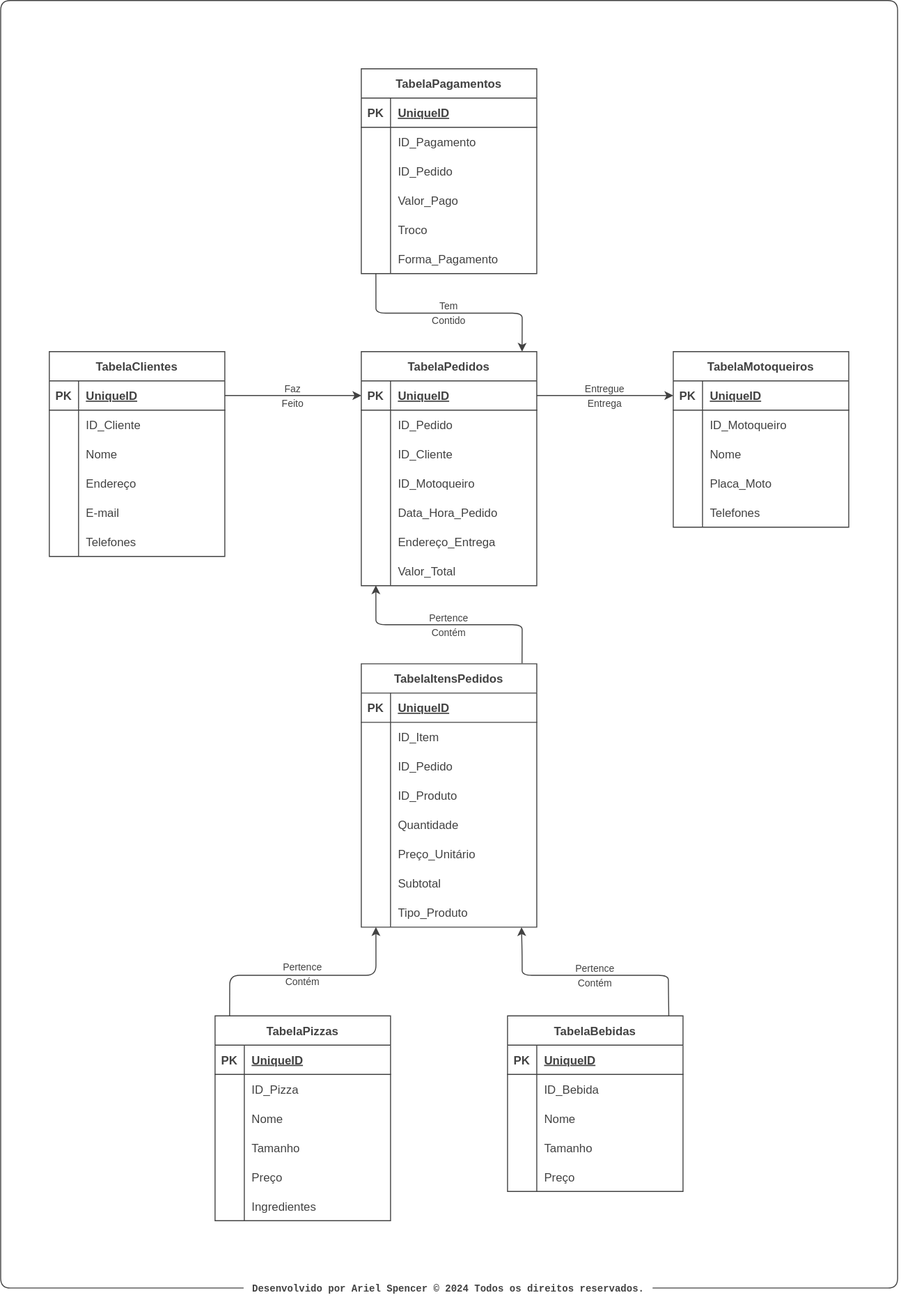
This is assets/modelo-logico-delivery-pizzaria.svg from ArielSpencer/modelagem-delivery-pizzaria, a draw.io export, as it was before one commit. Source tidied: cells renumbered, new cells last; positions are measured from the earlier drawing's top-left corner, leaving out a move shared by most shapes.
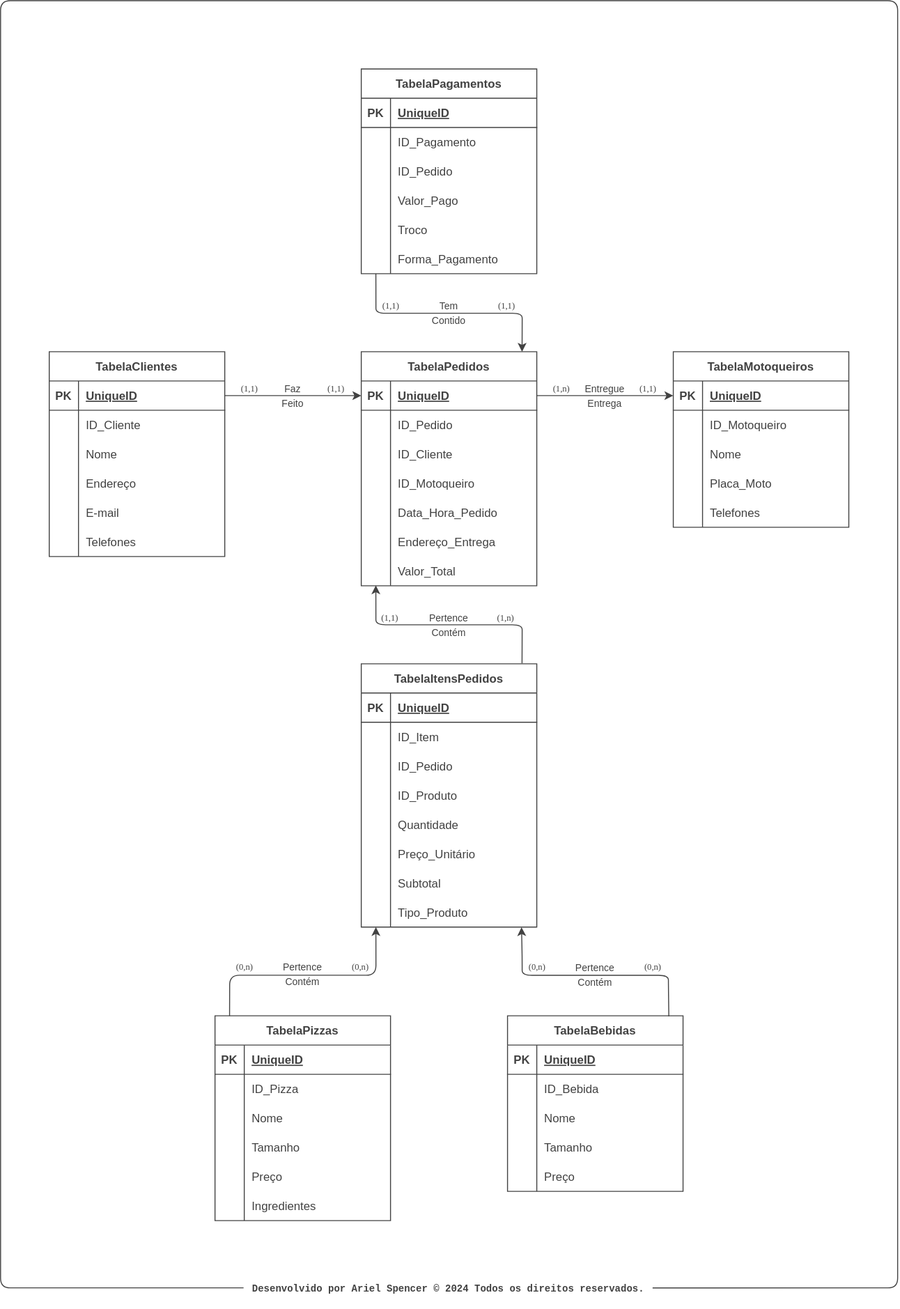
The same diagram one commit later.

Commit message:
feat(db): add cardinalities to the logical model

What changed in the source:
```diff
@@ -506,5 +506,41 @@
     <mxCell id="157" value="&lt;font style=&quot;font-size: 10px;&quot;&gt;Desenvolvido por Ariel Spencer © 2024 Todos os direitos reservados.&lt;/font&gt;" style="text;strokeColor=none;fillColor=none;html=1;fontSize=13;fontStyle=1;verticalAlign=middle;align=center;labelBackgroundColor=none;fontColor=#424242;fontFamily=Courier New;" parent="1" vertex="1">
       <mxGeometry x="249.3" y="1300" width="419.5" height="40" as="geometry" />
     </mxCell>
+    <mxCell id="158" value="(1,1)" style="text;html=1;strokeColor=none;fillColor=none;align=left;verticalAlign=middle;whiteSpace=wrap;rounded=0;fontFamily=Tahoma;fontColor=#424242;fontSize=9;" parent="1" vertex="1">
+      <mxGeometry x="390" y="308.1" width="30" height="10" as="geometry" />
+    </mxCell>
+    <mxCell id="159" value="(1,1)" style="text;html=1;strokeColor=none;fillColor=none;align=right;verticalAlign=middle;whiteSpace=wrap;rounded=0;fontFamily=Tahoma;fontColor=#424242;fontSize=9;" parent="1" vertex="1">
+      <mxGeometry x="500" y="308.1" width="30" height="10" as="geometry" />
+    </mxCell>
+    <mxCell id="160" value="(1,1)" style="text;html=1;strokeColor=none;fillColor=none;align=left;verticalAlign=middle;whiteSpace=wrap;rounded=0;fontFamily=Tahoma;fontColor=#424242;fontSize=9;" parent="1" vertex="1">
+      <mxGeometry x="245" y="392.5" width="30" height="10" as="geometry" />
+    </mxCell>
+    <mxCell id="161" value="(1,1)" style="text;html=1;strokeColor=none;fillColor=none;align=right;verticalAlign=middle;whiteSpace=wrap;rounded=0;fontFamily=Tahoma;fontColor=#424242;fontSize=9;" parent="1" vertex="1">
+      <mxGeometry x="325" y="392.5" width="30" height="10" as="geometry" />
+    </mxCell>
+    <mxCell id="162" value="(1,1)" style="text;html=1;strokeColor=none;fillColor=none;align=right;verticalAlign=middle;whiteSpace=wrap;rounded=0;fontFamily=Tahoma;fontColor=#424242;fontSize=9;" parent="1" vertex="1">
+      <mxGeometry x="645" y="392.5" width="30" height="10" as="geometry" />
+    </mxCell>
+    <mxCell id="163" value="(1,n)" style="text;html=1;strokeColor=none;fillColor=none;align=left;verticalAlign=middle;whiteSpace=wrap;rounded=0;fontFamily=Tahoma;fontColor=#424242;fontSize=9;" parent="1" vertex="1">
+      <mxGeometry x="565" y="392.5" width="30" height="10" as="geometry" />
+    </mxCell>
+    <mxCell id="164" value="(1,1)" style="text;html=1;strokeColor=none;fillColor=none;align=left;verticalAlign=middle;whiteSpace=wrap;rounded=0;fontFamily=Tahoma;fontColor=#424242;fontSize=9;" parent="1" vertex="1">
+      <mxGeometry x="389" y="627.5" width="30" height="10" as="geometry" />
+    </mxCell>
+    <mxCell id="165" value="(1,n)" style="text;html=1;strokeColor=none;fillColor=none;align=right;verticalAlign=middle;whiteSpace=wrap;rounded=0;fontFamily=Tahoma;fontColor=#424242;fontSize=9;" parent="1" vertex="1">
+      <mxGeometry x="499" y="627.5" width="30" height="10" as="geometry" />
+    </mxCell>
+    <mxCell id="166" value="(0,n)" style="text;html=1;strokeColor=none;fillColor=none;align=left;verticalAlign=middle;whiteSpace=wrap;rounded=0;fontFamily=Tahoma;fontColor=#424242;fontSize=9;" parent="1" vertex="1">
+      <mxGeometry x="540" y="985.9" width="30" height="10" as="geometry" />
+    </mxCell>
+    <mxCell id="167" value="&lt;span style=&quot;text-align: left;&quot;&gt;(0,n)&lt;/span&gt;" style="text;html=1;strokeColor=none;fillColor=none;align=right;verticalAlign=middle;whiteSpace=wrap;rounded=0;fontFamily=Tahoma;fontColor=#424242;fontSize=9;" parent="1" vertex="1">
+      <mxGeometry x="650" y="985.9" width="30" height="10" as="geometry" />
+    </mxCell>
+    <mxCell id="168" value="(0,n)" style="text;html=1;strokeColor=none;fillColor=none;align=left;verticalAlign=middle;whiteSpace=wrap;rounded=0;fontFamily=Tahoma;fontColor=#424242;fontSize=9;" parent="1" vertex="1">
+      <mxGeometry x="240" y="985.9" width="30" height="10" as="geometry" />
+    </mxCell>
+    <mxCell id="169" value="&lt;span style=&quot;text-align: left;&quot;&gt;(0,n)&lt;/span&gt;" style="text;html=1;strokeColor=none;fillColor=none;align=right;verticalAlign=middle;whiteSpace=wrap;rounded=0;fontFamily=Tahoma;fontColor=#424242;fontSize=9;" parent="1" vertex="1">
+      <mxGeometry x="350" y="985.9" width="30" height="10" as="geometry" />
+    </mxCell>
   </root>
 </mxGraphModel>
```
